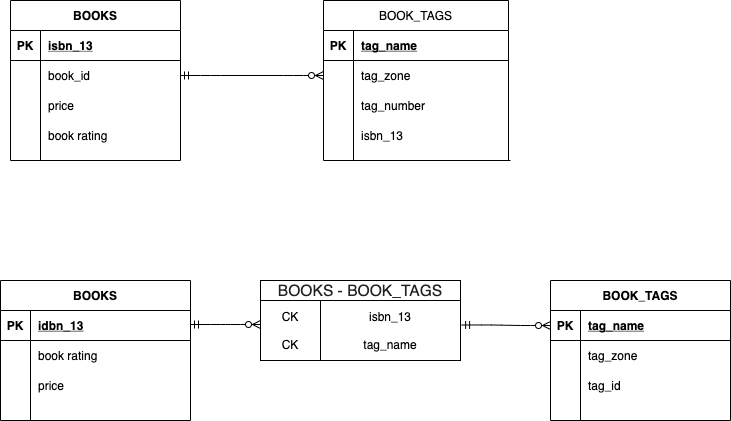
Above: .png in honorineicy/Countries (draw.io), before the change. Source tidied: cells renumbered, new cells last; positions are measured from the earlier drawing's top-left corner, leaving out a move shared by most shapes. Its diagram source:
```xml
<mxGraphModel>
  <root>
    <mxCell id="0" />
    <mxCell id="1" parent="0" />
    <mxCell id="2" value="&lt;span style=&quot;color: rgb(33 , 33 , 33) ; font-size: 15.6px ; background-color: rgb(255 , 255 , 255)&quot;&gt;BOOKS -&amp;nbsp;&lt;/span&gt;&lt;span style=&quot;color: rgb(33 , 33 , 33) ; font-size: 15.6px ; background-color: rgb(255 , 255 , 255)&quot;&gt;BOOK_TAGS&lt;/span&gt;" style="rounded=0;whiteSpace=wrap;html=1;" parent="1" vertex="1">
      <mxGeometry x="260" y="280" width="200" height="20" as="geometry" />
    </mxCell>
    <mxCell id="3" value="isbn_13&lt;br&gt;&lt;br&gt;tag_name" style="rounded=0;whiteSpace=wrap;html=1;" parent="1" vertex="1">
      <mxGeometry x="320" y="300" width="140" height="60" as="geometry" />
    </mxCell>
    <mxCell id="4" value="CK&lt;br&gt;&lt;br&gt;CK" style="whiteSpace=wrap;html=1;" parent="1" vertex="1">
      <mxGeometry x="260" y="300" width="60" height="60" as="geometry" />
    </mxCell>
    <mxCell id="5" value="BOOK_TAGS" style="shape=table;startSize=30;rowLines=0;fontStyle=0;align=center;" parent="1" vertex="1">
      <mxGeometry x="323" width="185" height="160" as="geometry" />
    </mxCell>
    <mxCell id="6" style="shape=partialRectangle;fillColor=none;top=0;left=0;bottom=1;right=0;" parent="5" vertex="1">
      <mxGeometry y="30" width="185" height="30" as="geometry" />
    </mxCell>
    <mxCell id="7" value="PK" style="shape=partialRectangle;fillColor=none;top=0;left=0;bottom=0;right=0;fontStyle=1;overflow=hidden;" parent="6" vertex="1">
      <mxGeometry width="30" height="30" as="geometry" />
    </mxCell>
    <mxCell id="8" value="tag_name" style="shape=partialRectangle;fillColor=none;top=0;left=0;bottom=0;right=0;align=left;spacingLeft=6;fontStyle=5;overflow=hidden;" parent="6" vertex="1">
      <mxGeometry x="30" width="155" height="30" as="geometry" />
    </mxCell>
    <mxCell id="9" style="shape=partialRectangle;fillColor=none;top=0;left=0;bottom=0;right=0;points=[[0,0.5],[1,0.5]];portConstraint=eastwest;" parent="5" vertex="1">
      <mxGeometry y="60" width="185" height="30" as="geometry" />
    </mxCell>
    <mxCell id="10" style="shape=partialRectangle;fillColor=none;top=0;left=0;bottom=0;right=0;overflow=hidden;" parent="9" vertex="1">
      <mxGeometry width="30" height="30" as="geometry" />
    </mxCell>
    <mxCell id="11" value="tag_zone" style="shape=partialRectangle;fillColor=none;top=0;left=0;bottom=0;right=0;align=left;spacingLeft=6;overflow=hidden;" parent="9" vertex="1">
      <mxGeometry x="30" width="155" height="30" as="geometry" />
    </mxCell>
    <mxCell id="12" style="shape=partialRectangle;fillColor=none;top=0;left=0;bottom=0;right=0;" parent="5" vertex="1">
      <mxGeometry y="90" width="185" height="30" as="geometry" />
    </mxCell>
    <mxCell id="13" style="shape=partialRectangle;fillColor=none;top=0;left=0;bottom=0;right=0;overflow=hidden;" parent="12" vertex="1">
      <mxGeometry width="30" height="30" as="geometry" />
    </mxCell>
    <mxCell id="14" value="tag_number" style="shape=partialRectangle;fillColor=none;top=0;left=0;bottom=0;right=0;align=left;spacingLeft=6;overflow=hidden;" parent="12" vertex="1">
      <mxGeometry x="30" width="155" height="30" as="geometry" />
    </mxCell>
    <mxCell id="15" style="shape=partialRectangle;fillColor=none;top=0;left=0;bottom=0;right=0;" parent="5" vertex="1">
      <mxGeometry y="120" width="185" height="30" as="geometry" />
    </mxCell>
    <mxCell id="16" style="shape=partialRectangle;fillColor=none;top=0;left=0;bottom=0;right=0;overflow=hidden;" parent="15" vertex="1">
      <mxGeometry width="30" height="30" as="geometry" />
    </mxCell>
    <mxCell id="17" value="isbn_13" style="shape=partialRectangle;fillColor=none;top=0;left=0;bottom=0;right=0;align=left;spacingLeft=6;overflow=hidden;" parent="15" vertex="1">
      <mxGeometry x="30" width="155" height="30" as="geometry" />
    </mxCell>
    <mxCell id="18" value="BOOKS" style="shape=table;startSize=30;rowLines=0;fontStyle=1;align=center;" parent="1" vertex="1">
      <mxGeometry x="10" width="170" height="160" as="geometry" />
    </mxCell>
    <mxCell id="19" style="shape=partialRectangle;fillColor=none;top=0;left=0;bottom=1;right=0;" parent="18" vertex="1">
      <mxGeometry y="30" width="170" height="30" as="geometry" />
    </mxCell>
    <mxCell id="20" value="PK" style="shape=partialRectangle;fillColor=none;top=0;left=0;bottom=0;right=0;fontStyle=1;overflow=hidden;" parent="19" vertex="1">
      <mxGeometry width="30" height="30" as="geometry" />
    </mxCell>
    <mxCell id="21" value="isbn_13" style="shape=partialRectangle;fillColor=none;top=0;left=0;bottom=0;right=0;align=left;spacingLeft=6;fontStyle=5;overflow=hidden;" parent="19" vertex="1">
      <mxGeometry x="30" width="140" height="30" as="geometry" />
    </mxCell>
    <mxCell id="22" style="shape=partialRectangle;fillColor=none;top=0;left=0;bottom=0;right=0;points=[[0,0.5],[1,0.5]];portConstraint=eastwest;" parent="18" vertex="1">
      <mxGeometry y="60" width="170" height="30" as="geometry" />
    </mxCell>
    <mxCell id="23" style="shape=partialRectangle;fillColor=none;top=0;left=0;bottom=0;right=0;overflow=hidden;" parent="22" vertex="1">
      <mxGeometry width="30" height="30" as="geometry" />
    </mxCell>
    <mxCell id="24" value="book_id" style="shape=partialRectangle;fillColor=none;top=0;left=0;bottom=0;right=0;align=left;spacingLeft=6;overflow=hidden;" parent="22" vertex="1">
      <mxGeometry x="30" width="140" height="30" as="geometry" />
    </mxCell>
    <mxCell id="25" style="shape=partialRectangle;fillColor=none;top=0;left=0;bottom=0;right=0;" parent="18" vertex="1">
      <mxGeometry y="90" width="170" height="30" as="geometry" />
    </mxCell>
    <mxCell id="26" style="shape=partialRectangle;fillColor=none;top=0;left=0;bottom=0;right=0;overflow=hidden;" parent="25" vertex="1">
      <mxGeometry width="30" height="30" as="geometry" />
    </mxCell>
    <mxCell id="27" value="price" style="shape=partialRectangle;fillColor=none;top=0;left=0;bottom=0;right=0;align=left;spacingLeft=6;overflow=hidden;" parent="25" vertex="1">
      <mxGeometry x="30" width="140" height="30" as="geometry" />
    </mxCell>
    <mxCell id="28" style="shape=partialRectangle;fillColor=none;top=0;left=0;bottom=0;right=0;" parent="18" vertex="1">
      <mxGeometry y="120" width="170" height="30" as="geometry" />
    </mxCell>
    <mxCell id="29" style="shape=partialRectangle;fillColor=none;top=0;left=0;bottom=0;right=0;overflow=hidden;" parent="28" vertex="1">
      <mxGeometry width="30" height="30" as="geometry" />
    </mxCell>
    <mxCell id="30" value="book rating" style="shape=partialRectangle;fillColor=none;top=0;left=0;bottom=0;right=0;align=left;spacingLeft=6;overflow=hidden;" parent="28" vertex="1">
      <mxGeometry x="30" width="140" height="30" as="geometry" />
    </mxCell>
    <mxCell id="31" style="endArrow=none;html=1;rounded=0;" parent="1" edge="1">
      <mxGeometry relative="1" as="geometry">
        <mxPoint x="350" y="160" as="sourcePoint" />
        <mxPoint x="510" y="160" as="targetPoint" />
      </mxGeometry>
    </mxCell>
    <mxCell id="32" style="edgeStyle=entityRelationEdgeStyle;fontSize=12;html=1;endArrow=ERzeroToMany;startArrow=ERmandOne;exitX=1;exitY=0.5;exitDx=0;exitDy=0;entryX=0;entryY=0.5;entryDx=0;entryDy=0;" parent="1" edge="1" source="22" target="9">
      <mxGeometry relative="1" as="geometry" />
    </mxCell>
    <mxCell id="33" value="BOOKS" style="shape=table;startSize=30;rowLines=0;fontStyle=1;align=center;" parent="1" vertex="1">
      <mxGeometry y="280" width="190" height="140" as="geometry" />
    </mxCell>
    <mxCell id="34" style="shape=partialRectangle;fillColor=none;top=0;left=0;bottom=1;right=0;" parent="33" vertex="1">
      <mxGeometry y="30" width="190" height="30" as="geometry" />
    </mxCell>
    <mxCell id="35" value="PK" style="shape=partialRectangle;fillColor=none;top=0;left=0;bottom=0;right=0;fontStyle=1;overflow=hidden;" parent="34" vertex="1">
      <mxGeometry width="30" height="30" as="geometry" />
    </mxCell>
    <mxCell id="36" value="idbn_13" style="shape=partialRectangle;fillColor=none;top=0;left=0;bottom=0;right=0;align=left;spacingLeft=6;fontStyle=5;overflow=hidden;" parent="34" vertex="1">
      <mxGeometry x="30" width="160" height="30" as="geometry" />
    </mxCell>
    <mxCell id="37" style="shape=partialRectangle;fillColor=none;top=0;left=0;bottom=0;right=0;" parent="33" vertex="1">
      <mxGeometry y="60" width="190" height="30" as="geometry" />
    </mxCell>
    <mxCell id="38" style="shape=partialRectangle;fillColor=none;top=0;left=0;bottom=0;right=0;overflow=hidden;" parent="37" vertex="1">
      <mxGeometry width="30" height="30" as="geometry" />
    </mxCell>
    <mxCell id="39" value="book rating" style="shape=partialRectangle;fillColor=none;top=0;left=0;bottom=0;right=0;align=left;spacingLeft=6;overflow=hidden;" parent="37" vertex="1">
      <mxGeometry x="30" width="160" height="30" as="geometry" />
    </mxCell>
    <mxCell id="40" style="shape=partialRectangle;fillColor=none;top=0;left=0;bottom=0;right=0;" parent="33" vertex="1">
      <mxGeometry y="90" width="190" height="30" as="geometry" />
    </mxCell>
    <mxCell id="41" style="shape=partialRectangle;fillColor=none;top=0;left=0;bottom=0;right=0;overflow=hidden;" parent="40" vertex="1">
      <mxGeometry width="30" height="30" as="geometry" />
    </mxCell>
    <mxCell id="42" value="price" style="shape=partialRectangle;fillColor=none;top=0;left=0;bottom=0;right=0;align=left;spacingLeft=6;overflow=hidden;" parent="40" vertex="1">
      <mxGeometry x="30" width="160" height="30" as="geometry" />
    </mxCell>
    <mxCell id="43" style="shape=partialRectangle;fillColor=none;top=0;left=0;bottom=0;right=0;" parent="33" vertex="1">
      <mxGeometry y="120" width="190" height="20" as="geometry" />
    </mxCell>
    <mxCell id="44" style="shape=partialRectangle;fillColor=none;top=0;left=0;bottom=0;right=0;overflow=hidden;" parent="43" vertex="1">
      <mxGeometry width="30" height="20" as="geometry" />
    </mxCell>
    <mxCell id="45" style="shape=partialRectangle;fillColor=none;top=0;left=0;bottom=0;right=0;align=left;spacingLeft=6;overflow=hidden;" parent="43" vertex="1">
      <mxGeometry x="30" width="160" height="20" as="geometry" />
    </mxCell>
    <mxCell id="46" value="BOOK_TAGS" style="shape=table;startSize=30;rowLines=0;fontStyle=1;align=center;" parent="1" vertex="1">
      <mxGeometry x="550" y="280" width="180" height="140" as="geometry" />
    </mxCell>
    <mxCell id="47" style="shape=partialRectangle;fillColor=none;top=0;left=0;bottom=1;right=0;points=[[0,0.5],[1,0.5]];portConstraint=eastwest;" parent="46" vertex="1">
      <mxGeometry y="30" width="180" height="30" as="geometry" />
    </mxCell>
    <mxCell id="48" value="PK" style="shape=partialRectangle;fillColor=none;top=0;left=0;bottom=0;right=0;fontStyle=1;overflow=hidden;" parent="47" vertex="1">
      <mxGeometry width="30" height="30" as="geometry" />
    </mxCell>
    <mxCell id="49" value="tag_name" style="shape=partialRectangle;fillColor=none;top=0;left=0;bottom=0;right=0;align=left;spacingLeft=6;fontStyle=5;overflow=hidden;" parent="47" vertex="1">
      <mxGeometry x="30" width="150" height="30" as="geometry" />
    </mxCell>
    <mxCell id="50" style="shape=partialRectangle;fillColor=none;top=0;left=0;bottom=0;right=0;" parent="46" vertex="1">
      <mxGeometry y="60" width="180" height="30" as="geometry" />
    </mxCell>
    <mxCell id="51" style="shape=partialRectangle;fillColor=none;top=0;left=0;bottom=0;right=0;overflow=hidden;" parent="50" vertex="1">
      <mxGeometry width="30" height="30" as="geometry" />
    </mxCell>
    <mxCell id="52" value="tag_zone" style="shape=partialRectangle;fillColor=none;top=0;left=0;bottom=0;right=0;align=left;spacingLeft=6;overflow=hidden;" parent="50" vertex="1">
      <mxGeometry x="30" width="150" height="30" as="geometry" />
    </mxCell>
    <mxCell id="53" style="shape=partialRectangle;fillColor=none;top=0;left=0;bottom=0;right=0;" parent="46" vertex="1">
      <mxGeometry y="90" width="180" height="30" as="geometry" />
    </mxCell>
    <mxCell id="54" style="shape=partialRectangle;fillColor=none;top=0;left=0;bottom=0;right=0;overflow=hidden;" parent="53" vertex="1">
      <mxGeometry width="30" height="30" as="geometry" />
    </mxCell>
    <mxCell id="55" value="tag_id" style="shape=partialRectangle;fillColor=none;top=0;left=0;bottom=0;right=0;align=left;spacingLeft=6;overflow=hidden;" parent="53" vertex="1">
      <mxGeometry x="30" width="150" height="30" as="geometry" />
    </mxCell>
    <mxCell id="56" style="shape=partialRectangle;fillColor=none;top=0;left=0;bottom=0;right=0;" parent="46" vertex="1">
      <mxGeometry y="120" width="180" height="20" as="geometry" />
    </mxCell>
    <mxCell id="57" style="shape=partialRectangle;fillColor=none;top=0;left=0;bottom=0;right=0;overflow=hidden;" parent="56" vertex="1">
      <mxGeometry width="30" height="20" as="geometry" />
    </mxCell>
    <mxCell id="58" style="shape=partialRectangle;fillColor=none;top=0;left=0;bottom=0;right=0;align=left;spacingLeft=6;overflow=hidden;" parent="56" vertex="1">
      <mxGeometry x="30" width="150" height="20" as="geometry" />
    </mxCell>
    <mxCell id="59" style="edgeStyle=entityRelationEdgeStyle;fontSize=12;html=1;endArrow=ERzeroToMany;startArrow=ERmandOne;exitX=1.008;exitY=0.408;exitDx=0;exitDy=0;exitPerimeter=0;" parent="1" edge="1" source="3" target="47">
      <mxGeometry relative="1" as="geometry" />
    </mxCell>
    <mxCell id="60" style="edgeStyle=entityRelationEdgeStyle;fontSize=12;html=1;endArrow=ERzeroToMany;startArrow=ERmandOne;" parent="1" edge="1">
      <mxGeometry relative="1" as="geometry">
        <mxPoint x="190" y="324" as="sourcePoint" />
        <mxPoint x="260" y="324" as="targetPoint" />
      </mxGeometry>
    </mxCell>
  </root>
</mxGraphModel>
```
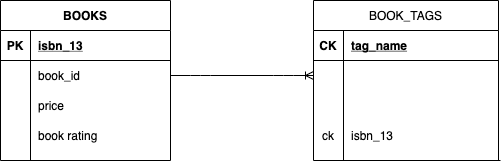
Later version of the same file.

Diff of the diagram source:
```diff
@@ -2,22 +2,13 @@
   <root>
     <mxCell id="0" />
     <mxCell id="1" parent="0" />
-    <mxCell id="2" value="&lt;span style=&quot;color: rgb(33 , 33 , 33) ; font-size: 15.6px ; background-color: rgb(255 , 255 , 255)&quot;&gt;BOOKS -&amp;nbsp;&lt;/span&gt;&lt;span style=&quot;color: rgb(33 , 33 , 33) ; font-size: 15.6px ; background-color: rgb(255 , 255 , 255)&quot;&gt;BOOK_TAGS&lt;/span&gt;" style="rounded=0;whiteSpace=wrap;html=1;" parent="1" vertex="1">
-      <mxGeometry x="260" y="280" width="200" height="20" as="geometry" />
-    </mxCell>
-    <mxCell id="3" value="isbn_13&lt;br&gt;&lt;br&gt;tag_name" style="rounded=0;whiteSpace=wrap;html=1;" parent="1" vertex="1">
-      <mxGeometry x="320" y="300" width="140" height="60" as="geometry" />
-    </mxCell>
-    <mxCell id="4" value="CK&lt;br&gt;&lt;br&gt;CK" style="whiteSpace=wrap;html=1;" parent="1" vertex="1">
-      <mxGeometry x="260" y="300" width="60" height="60" as="geometry" />
-    </mxCell>
     <mxCell id="5" value="BOOK_TAGS" style="shape=table;startSize=30;rowLines=0;fontStyle=0;align=center;" parent="1" vertex="1">
       <mxGeometry x="323" width="185" height="160" as="geometry" />
     </mxCell>
     <mxCell id="6" style="shape=partialRectangle;fillColor=none;top=0;left=0;bottom=1;right=0;" parent="5" vertex="1">
       <mxGeometry y="30" width="185" height="30" as="geometry" />
     </mxCell>
-    <mxCell id="7" value="PK" style="shape=partialRectangle;fillColor=none;top=0;left=0;bottom=0;right=0;fontStyle=1;overflow=hidden;" parent="6" vertex="1">
+    <mxCell id="7" value="CK" style="shape=partialRectangle;fillColor=none;top=0;left=0;bottom=0;right=0;fontStyle=1;overflow=hidden;" parent="6" vertex="1">
       <mxGeometry width="30" height="30" as="geometry" />
     </mxCell>
     <mxCell id="8" value="tag_name" style="shape=partialRectangle;fillColor=none;top=0;left=0;bottom=0;right=0;align=left;spacingLeft=6;fontStyle=5;overflow=hidden;" parent="6" vertex="1">
@@ -29,7 +20,7 @@
     <mxCell id="10" style="shape=partialRectangle;fillColor=none;top=0;left=0;bottom=0;right=0;overflow=hidden;" parent="9" vertex="1">
       <mxGeometry width="30" height="30" as="geometry" />
     </mxCell>
-    <mxCell id="11" value="tag_zone" style="shape=partialRectangle;fillColor=none;top=0;left=0;bottom=0;right=0;align=left;spacingLeft=6;overflow=hidden;" parent="9" vertex="1">
+    <mxCell id="11" style="shape=partialRectangle;fillColor=none;top=0;left=0;bottom=0;right=0;align=left;spacingLeft=6;overflow=hidden;" parent="9" vertex="1">
       <mxGeometry x="30" width="155" height="30" as="geometry" />
     </mxCell>
     <mxCell id="12" style="shape=partialRectangle;fillColor=none;top=0;left=0;bottom=0;right=0;" parent="5" vertex="1">
@@ -38,13 +29,13 @@
     <mxCell id="13" style="shape=partialRectangle;fillColor=none;top=0;left=0;bottom=0;right=0;overflow=hidden;" parent="12" vertex="1">
       <mxGeometry width="30" height="30" as="geometry" />
     </mxCell>
-    <mxCell id="14" value="tag_number" style="shape=partialRectangle;fillColor=none;top=0;left=0;bottom=0;right=0;align=left;spacingLeft=6;overflow=hidden;" parent="12" vertex="1">
+    <mxCell id="14" style="shape=partialRectangle;fillColor=none;top=0;left=0;bottom=0;right=0;align=left;spacingLeft=6;overflow=hidden;" parent="12" vertex="1">
       <mxGeometry x="30" width="155" height="30" as="geometry" />
     </mxCell>
     <mxCell id="15" style="shape=partialRectangle;fillColor=none;top=0;left=0;bottom=0;right=0;" parent="5" vertex="1">
       <mxGeometry y="120" width="185" height="30" as="geometry" />
     </mxCell>
-    <mxCell id="16" style="shape=partialRectangle;fillColor=none;top=0;left=0;bottom=0;right=0;overflow=hidden;" parent="15" vertex="1">
+    <mxCell id="16" value="ck" style="shape=partialRectangle;fillColor=none;top=0;left=0;bottom=0;right=0;overflow=hidden;" parent="15" vertex="1">
       <mxGeometry width="30" height="30" as="geometry" />
     </mxCell>
     <mxCell id="17" value="isbn_13" style="shape=partialRectangle;fillColor=none;top=0;left=0;bottom=0;right=0;align=left;spacingLeft=6;overflow=hidden;" parent="15" vertex="1">
@@ -95,95 +86,8 @@
         <mxPoint x="510" y="160" as="targetPoint" />
       </mxGeometry>
     </mxCell>
-    <mxCell id="32" style="edgeStyle=entityRelationEdgeStyle;fontSize=12;html=1;endArrow=ERzeroToMany;startArrow=ERmandOne;exitX=1;exitY=0.5;exitDx=0;exitDy=0;entryX=0;entryY=0.5;entryDx=0;entryDy=0;" parent="1" edge="1" source="22" target="9">
+    <mxCell id="32" style="edgeStyle=entityRelationEdgeStyle;fontSize=12;html=1;endArrow=ERoneToMany;exitX=1;exitY=0.5;exitDx=0;exitDy=0;entryX=0;entryY=0.5;entryDx=0;entryDy=0;" parent="1" edge="1" source="22" target="9">
       <mxGeometry relative="1" as="geometry" />
     </mxCell>
-    <mxCell id="33" value="BOOKS" style="shape=table;startSize=30;rowLines=0;fontStyle=1;align=center;" parent="1" vertex="1">
-      <mxGeometry y="280" width="190" height="140" as="geometry" />
-    </mxCell>
-    <mxCell id="34" style="shape=partialRectangle;fillColor=none;top=0;left=0;bottom=1;right=0;" parent="33" vertex="1">
-      <mxGeometry y="30" width="190" height="30" as="geometry" />
-    </mxCell>
-    <mxCell id="35" value="PK" style="shape=partialRectangle;fillColor=none;top=0;left=0;bottom=0;right=0;fontStyle=1;overflow=hidden;" parent="34" vertex="1">
-      <mxGeometry width="30" height="30" as="geometry" />
-    </mxCell>
-    <mxCell id="36" value="idbn_13" style="shape=partialRectangle;fillColor=none;top=0;left=0;bottom=0;right=0;align=left;spacingLeft=6;fontStyle=5;overflow=hidden;" parent="34" vertex="1">
-      <mxGeometry x="30" width="160" height="30" as="geometry" />
-    </mxCell>
-    <mxCell id="37" style="shape=partialRectangle;fillColor=none;top=0;left=0;bottom=0;right=0;" parent="33" vertex="1">
-      <mxGeometry y="60" width="190" height="30" as="geometry" />
-    </mxCell>
-    <mxCell id="38" style="shape=partialRectangle;fillColor=none;top=0;left=0;bottom=0;right=0;overflow=hidden;" parent="37" vertex="1">
-      <mxGeometry width="30" height="30" as="geometry" />
-    </mxCell>
-    <mxCell id="39" value="book rating" style="shape=partialRectangle;fillColor=none;top=0;left=0;bottom=0;right=0;align=left;spacingLeft=6;overflow=hidden;" parent="37" vertex="1">
-      <mxGeometry x="30" width="160" height="30" as="geometry" />
-    </mxCell>
-    <mxCell id="40" style="shape=partialRectangle;fillColor=none;top=0;left=0;bottom=0;right=0;" parent="33" vertex="1">
-      <mxGeometry y="90" width="190" height="30" as="geometry" />
-    </mxCell>
-    <mxCell id="41" style="shape=partialRectangle;fillColor=none;top=0;left=0;bottom=0;right=0;overflow=hidden;" parent="40" vertex="1">
-      <mxGeometry width="30" height="30" as="geometry" />
-    </mxCell>
-    <mxCell id="42" value="price" style="shape=partialRectangle;fillColor=none;top=0;left=0;bottom=0;right=0;align=left;spacingLeft=6;overflow=hidden;" parent="40" vertex="1">
-      <mxGeometry x="30" width="160" height="30" as="geometry" />
-    </mxCell>
-    <mxCell id="43" style="shape=partialRectangle;fillColor=none;top=0;left=0;bottom=0;right=0;" parent="33" vertex="1">
-      <mxGeometry y="120" width="190" height="20" as="geometry" />
-    </mxCell>
-    <mxCell id="44" style="shape=partialRectangle;fillColor=none;top=0;left=0;bottom=0;right=0;overflow=hidden;" parent="43" vertex="1">
-      <mxGeometry width="30" height="20" as="geometry" />
-    </mxCell>
-    <mxCell id="45" style="shape=partialRectangle;fillColor=none;top=0;left=0;bottom=0;right=0;align=left;spacingLeft=6;overflow=hidden;" parent="43" vertex="1">
-      <mxGeometry x="30" width="160" height="20" as="geometry" />
-    </mxCell>
-    <mxCell id="46" value="BOOK_TAGS" style="shape=table;startSize=30;rowLines=0;fontStyle=1;align=center;" parent="1" vertex="1">
-      <mxGeometry x="550" y="280" width="180" height="140" as="geometry" />
-    </mxCell>
-    <mxCell id="47" style="shape=partialRectangle;fillColor=none;top=0;left=0;bottom=1;right=0;points=[[0,0.5],[1,0.5]];portConstraint=eastwest;" parent="46" vertex="1">
-      <mxGeometry y="30" width="180" height="30" as="geometry" />
-    </mxCell>
-    <mxCell id="48" value="PK" style="shape=partialRectangle;fillColor=none;top=0;left=0;bottom=0;right=0;fontStyle=1;overflow=hidden;" parent="47" vertex="1">
-      <mxGeometry width="30" height="30" as="geometry" />
-    </mxCell>
-    <mxCell id="49" value="tag_name" style="shape=partialRectangle;fillColor=none;top=0;left=0;bottom=0;right=0;align=left;spacingLeft=6;fontStyle=5;overflow=hidden;" parent="47" vertex="1">
-      <mxGeometry x="30" width="150" height="30" as="geometry" />
-    </mxCell>
-    <mxCell id="50" style="shape=partialRectangle;fillColor=none;top=0;left=0;bottom=0;right=0;" parent="46" vertex="1">
-      <mxGeometry y="60" width="180" height="30" as="geometry" />
-    </mxCell>
-    <mxCell id="51" style="shape=partialRectangle;fillColor=none;top=0;left=0;bottom=0;right=0;overflow=hidden;" parent="50" vertex="1">
-      <mxGeometry width="30" height="30" as="geometry" />
-    </mxCell>
-    <mxCell id="52" value="tag_zone" style="shape=partialRectangle;fillColor=none;top=0;left=0;bottom=0;right=0;align=left;spacingLeft=6;overflow=hidden;" parent="50" vertex="1">
-      <mxGeometry x="30" width="150" height="30" as="geometry" />
-    </mxCell>
-    <mxCell id="53" style="shape=partialRectangle;fillColor=none;top=0;left=0;bottom=0;right=0;" parent="46" vertex="1">
-      <mxGeometry y="90" width="180" height="30" as="geometry" />
-    </mxCell>
-    <mxCell id="54" style="shape=partialRectangle;fillColor=none;top=0;left=0;bottom=0;right=0;overflow=hidden;" parent="53" vertex="1">
-      <mxGeometry width="30" height="30" as="geometry" />
-    </mxCell>
-    <mxCell id="55" value="tag_id" style="shape=partialRectangle;fillColor=none;top=0;left=0;bottom=0;right=0;align=left;spacingLeft=6;overflow=hidden;" parent="53" vertex="1">
-      <mxGeometry x="30" width="150" height="30" as="geometry" />
-    </mxCell>
-    <mxCell id="56" style="shape=partialRectangle;fillColor=none;top=0;left=0;bottom=0;right=0;" parent="46" vertex="1">
-      <mxGeometry y="120" width="180" height="20" as="geometry" />
-    </mxCell>
-    <mxCell id="57" style="shape=partialRectangle;fillColor=none;top=0;left=0;bottom=0;right=0;overflow=hidden;" parent="56" vertex="1">
-      <mxGeometry width="30" height="20" as="geometry" />
-    </mxCell>
-    <mxCell id="58" style="shape=partialRectangle;fillColor=none;top=0;left=0;bottom=0;right=0;align=left;spacingLeft=6;overflow=hidden;" parent="56" vertex="1">
-      <mxGeometry x="30" width="150" height="20" as="geometry" />
-    </mxCell>
-    <mxCell id="59" style="edgeStyle=entityRelationEdgeStyle;fontSize=12;html=1;endArrow=ERzeroToMany;startArrow=ERmandOne;exitX=1.008;exitY=0.408;exitDx=0;exitDy=0;exitPerimeter=0;" parent="1" edge="1" source="3" target="47">
-      <mxGeometry relative="1" as="geometry" />
-    </mxCell>
-    <mxCell id="60" style="edgeStyle=entityRelationEdgeStyle;fontSize=12;html=1;endArrow=ERzeroToMany;startArrow=ERmandOne;" parent="1" edge="1">
-      <mxGeometry relative="1" as="geometry">
-        <mxPoint x="190" y="324" as="sourcePoint" />
-        <mxPoint x="260" y="324" as="targetPoint" />
-      </mxGeometry>
-    </mxCell>
   </root>
 </mxGraphModel>
```
